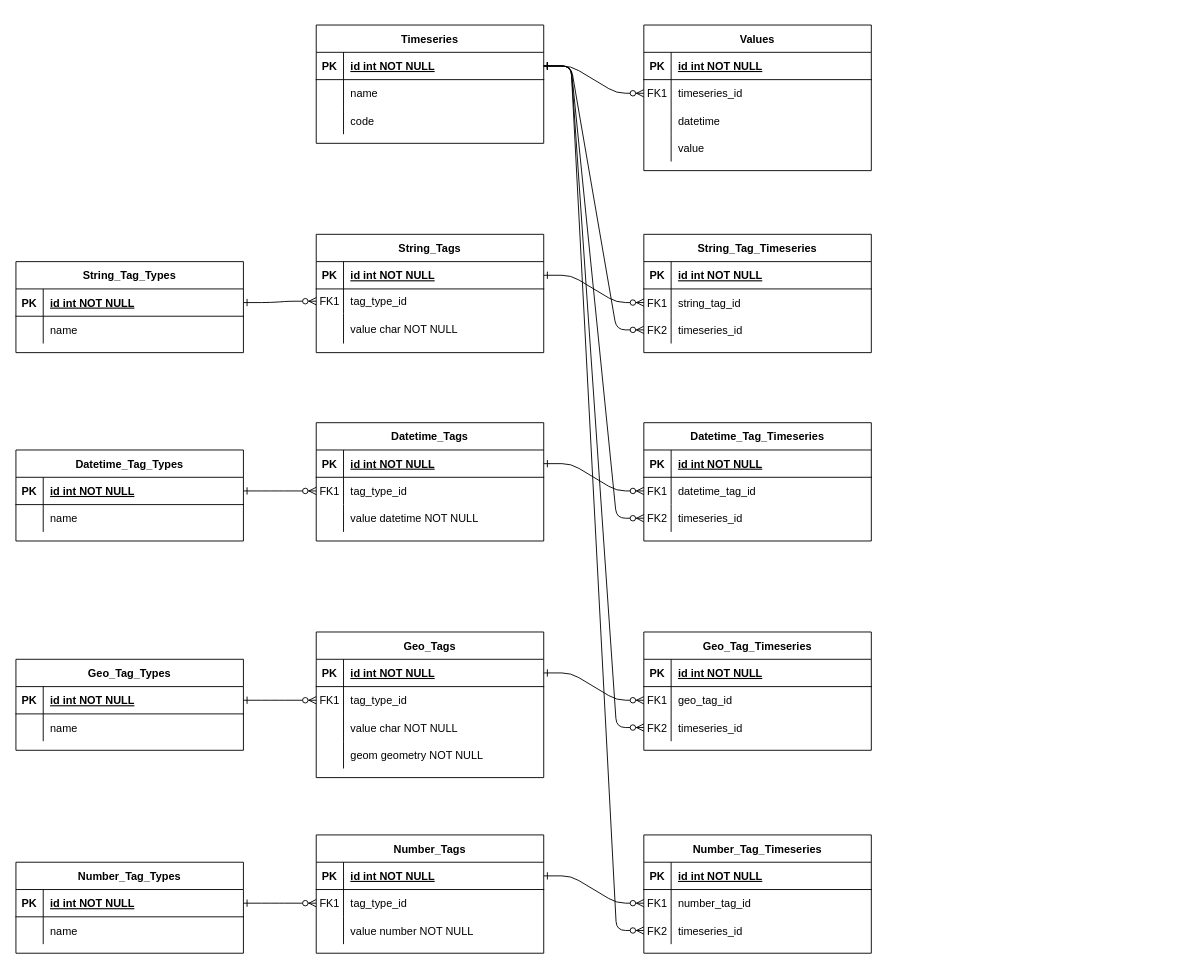
Earlier version of the draw.io diagram docs/schema.drawio (RTIInternational/hydro-evaluation). Source tidied: cells renumbered, new cells numbered last; positions are measured from the earlier drawing's top-left corner, leaving out a move shared by most shapes. Both pictures are drawn from the tidied source at 91%, with x=0, y=0 at pixel (15, 25).
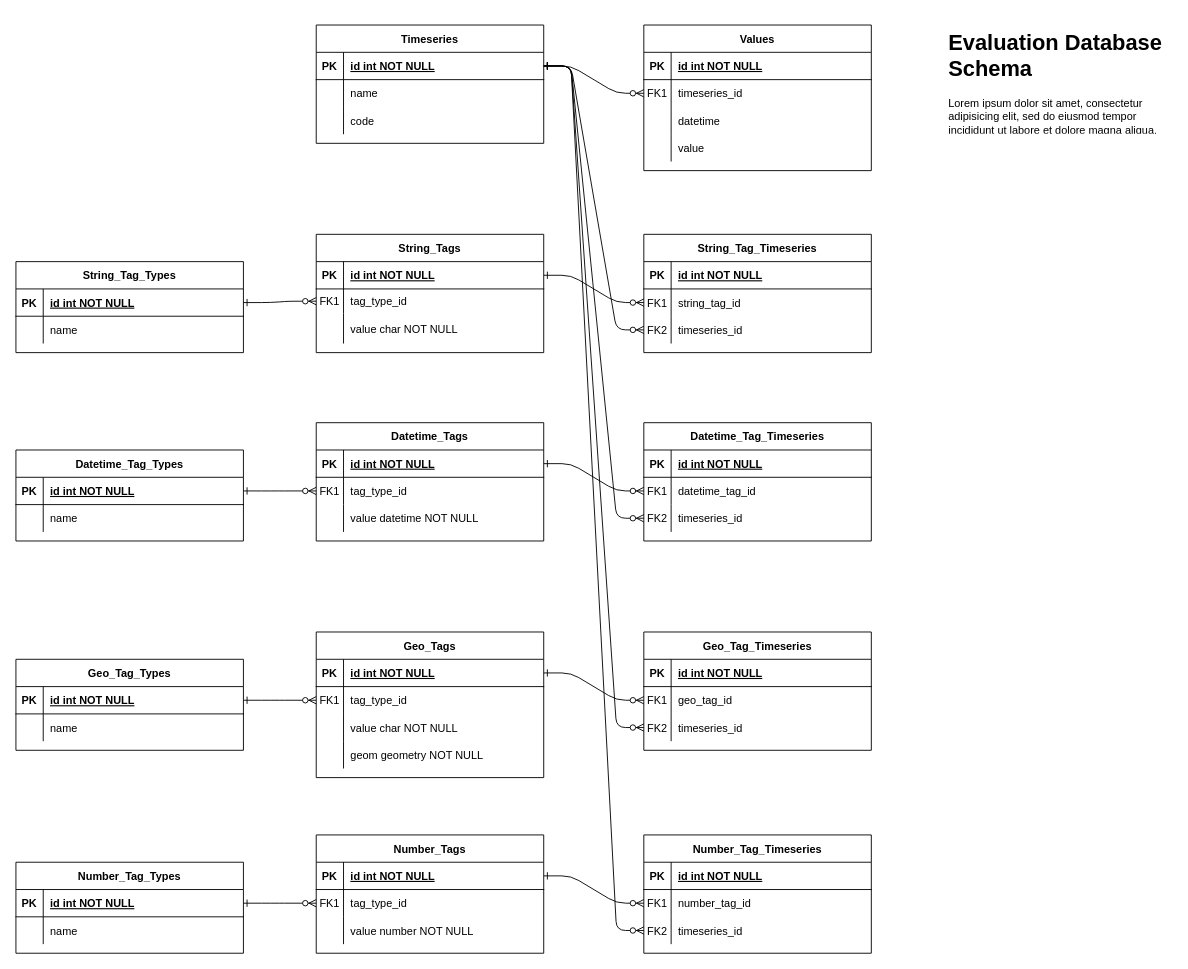
Above is the later version.

Change to the diagram source:
```diff
@@
+    <mxCell id="149" value="&lt;h1&gt;Evaluation Database Schema&lt;br&gt;&lt;/h1&gt;&lt;p&gt;Lorem ipsum dolor sit amet, consectetur adipisicing elit, sed do eiusmod tempor incididunt ut labore et dolore magna aliqua.&lt;/p&gt;" style="text;html=1;strokeColor=none;fillColor=none;spacing=5;spacingTop=-20;whiteSpace=wrap;overflow=hidden;rounded=0;" parent="1" vertex="1">
+      <mxGeometry x="1020" width="250" height="120" as="geometry" />
+    </mxCell>
```
